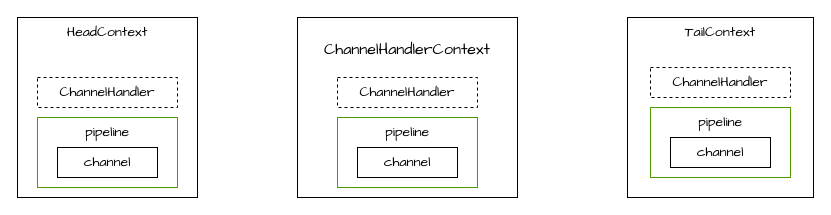
Before: 未命名绘图.drawio in XiaoWeiKIN/k8s, a draw.io diagram. Source tidied: cells renumbered, new cells numbered last; positions are measured from the earlier drawing's top-left corner, leaving out a move shared by most shapes. Both pictures are drawn from the tidied source at 100%, with x=0, y=0 at pixel (17, 17).
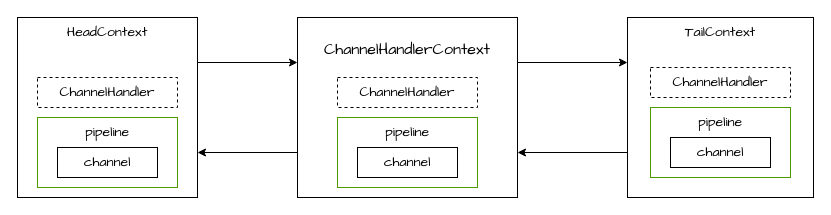
The same page after the edit.

Commit message (it also covers changes not shown here):
更新未命名绘图.drawio

What changed in the source:
```diff
@@
 <mxGraphModel>
   <root>
     <mxCell id="0" />
     <mxCell id="1" parent="0" />
+    <mxCell id="14" style="edgeStyle=orthogonalEdgeStyle;rounded=0;jettySize=auto;html=1;exitX=0;exitY=0.75;exitDx=0;exitDy=0;entryX=1;entryY=0.75;entryDx=0;entryDy=0;" parent="1" edge="1" source="2" target="3">
+      <mxGeometry relative="1" as="geometry" />
+    </mxCell>
     <mxCell id="2" value="&lt;pre style=&quot;background-color: rgb(255 , 255 , 255) ; color: rgb(8 , 8 , 8) ; font-size: 12pt&quot;&gt;&lt;span style=&quot;color: rgb(0 , 0 , 0)&quot;&gt;&lt;font face=&quot;Comic Sans MS&quot;&gt;ChannelHandlerContext&lt;/font&gt;&lt;/span&gt;&lt;/pre&gt;" style="rounded=0;whiteSpace=wrap;html=1;verticalAlign=top;align=center;" parent="1" vertex="1">
       <mxGeometry x="280" width="220" height="180" as="geometry" />
     </mxCell>
     <mxCell id="3" value="&lt;font face=&quot;Comic Sans MS&quot; style=&quot;font-size: 14px&quot;&gt;HeadContext&lt;/font&gt;" style="rounded=0;whiteSpace=wrap;html=1;verticalAlign=top;" parent="1" vertex="1">
       <mxGeometry width="180" height="180" as="geometry" />
     </mxCell>
+    <mxCell id="15" style="edgeStyle=orthogonalEdgeStyle;rounded=0;jettySize=auto;html=1;exitX=0;exitY=0.75;exitDx=0;exitDy=0;entryX=1;entryY=0.75;entryDx=0;entryDy=0;" parent="1" edge="1" source="4" target="2">
+      <mxGeometry relative="1" as="geometry" />
+    </mxCell>
     <mxCell id="4" value="&lt;font face=&quot;Comic Sans MS&quot; style=&quot;font-size: 14px&quot;&gt;TailContext&lt;/font&gt;" style="rounded=0;whiteSpace=wrap;html=1;horizontal=1;verticalAlign=top;" parent="1" vertex="1">
       <mxGeometry x="610" width="186" height="180" as="geometry" />
     </mxCell>
     <mxCell id="5" value="&lt;font face=&quot;Comic Sans MS&quot; style=&quot;font-size: 14px&quot;&gt;ChannelHandler&lt;/font&gt;" style="rounded=0;whiteSpace=wrap;html=1;dashed=1;" parent="1" vertex="1">
       <mxGeometry x="320" y="60" width="140" height="30" as="geometry" />
     </mxCell>
     <mxCell id="6" value="&lt;font face=&quot;Comic Sans MS&quot; style=&quot;font-size: 14px&quot;&gt;pipeline&lt;/font&gt;" style="rounded=0;whiteSpace=wrap;html=1;verticalAlign=top;strokeColor=#4D9900;" parent="1" vertex="1">
       <mxGeometry x="320" y="100" width="140" height="70" as="geometry" />
     </mxCell>
     <mxCell id="7" value="&lt;font face=&quot;Comic Sans MS&quot; style=&quot;font-size: 14px&quot;&gt;channel&lt;/font&gt;" style="rounded=0;whiteSpace=wrap;html=1;" parent="1" vertex="1">
       <mxGeometry x="340" y="130" width="100" height="30" as="geometry" />
     </mxCell>
     <mxCell id="8" value="&lt;font face=&quot;Comic Sans MS&quot; style=&quot;font-size: 14px&quot;&gt;ChannelHandler&lt;/font&gt;" style="rounded=0;whiteSpace=wrap;html=1;dashed=1;" parent="1" vertex="1">
       <mxGeometry x="20" y="60" width="140" height="30" as="geometry" />
     </mxCell>
     <mxCell id="9" value="&lt;font face=&quot;Comic Sans MS&quot; style=&quot;font-size: 14px&quot;&gt;pipeline&lt;/font&gt;" style="rounded=0;whiteSpace=wrap;html=1;verticalAlign=top;strokeColor=#4D9900;" parent="1" vertex="1">
       <mxGeometry x="20" y="100" width="140" height="70" as="geometry" />
     </mxCell>
     <mxCell id="10" value="&lt;font face=&quot;Comic Sans MS&quot; style=&quot;font-size: 14px&quot;&gt;channel&lt;/font&gt;" style="rounded=0;whiteSpace=wrap;html=1;" parent="1" vertex="1">
       <mxGeometry x="40" y="130" width="100" height="30" as="geometry" />
     </mxCell>
     <mxCell id="11" value="&lt;font face=&quot;Comic Sans MS&quot; style=&quot;font-size: 14px&quot;&gt;ChannelHandler&lt;/font&gt;" style="rounded=0;whiteSpace=wrap;html=1;dashed=1;" parent="1" vertex="1">
       <mxGeometry x="633" y="50" width="140" height="30" as="geometry" />
     </mxCell>
     <mxCell id="12" value="&lt;font face=&quot;Comic Sans MS&quot; style=&quot;font-size: 14px&quot;&gt;pipeline&lt;/font&gt;" style="rounded=0;whiteSpace=wrap;html=1;verticalAlign=top;strokeColor=#4D9900;" parent="1" vertex="1">
       <mxGeometry x="633" y="90" width="140" height="70" as="geometry" />
     </mxCell>
     <mxCell id="13" value="&lt;font face=&quot;Comic Sans MS&quot; style=&quot;font-size: 14px&quot;&gt;channel&lt;/font&gt;" style="rounded=0;whiteSpace=wrap;html=1;" parent="1" vertex="1">
       <mxGeometry x="653" y="120" width="100" height="30" as="geometry" />
     </mxCell>
+    <mxCell id="16" style="endArrow=classic;html=1;exitX=1;exitY=0.25;exitDx=0;exitDy=0;entryX=0;entryY=0.25;entryDx=0;entryDy=0;" parent="1" edge="1" source="3" target="2">
+      <mxGeometry relative="1" as="geometry" />
+    </mxCell>
+    <mxCell id="17" style="endArrow=classic;html=1;exitX=1;exitY=0.25;exitDx=0;exitDy=0;entryX=0;entryY=0.25;entryDx=0;entryDy=0;" parent="1" edge="1" source="2" target="4">
+      <mxGeometry relative="1" as="geometry" />
+    </mxCell>
   </root>
 </mxGraphModel>
```
